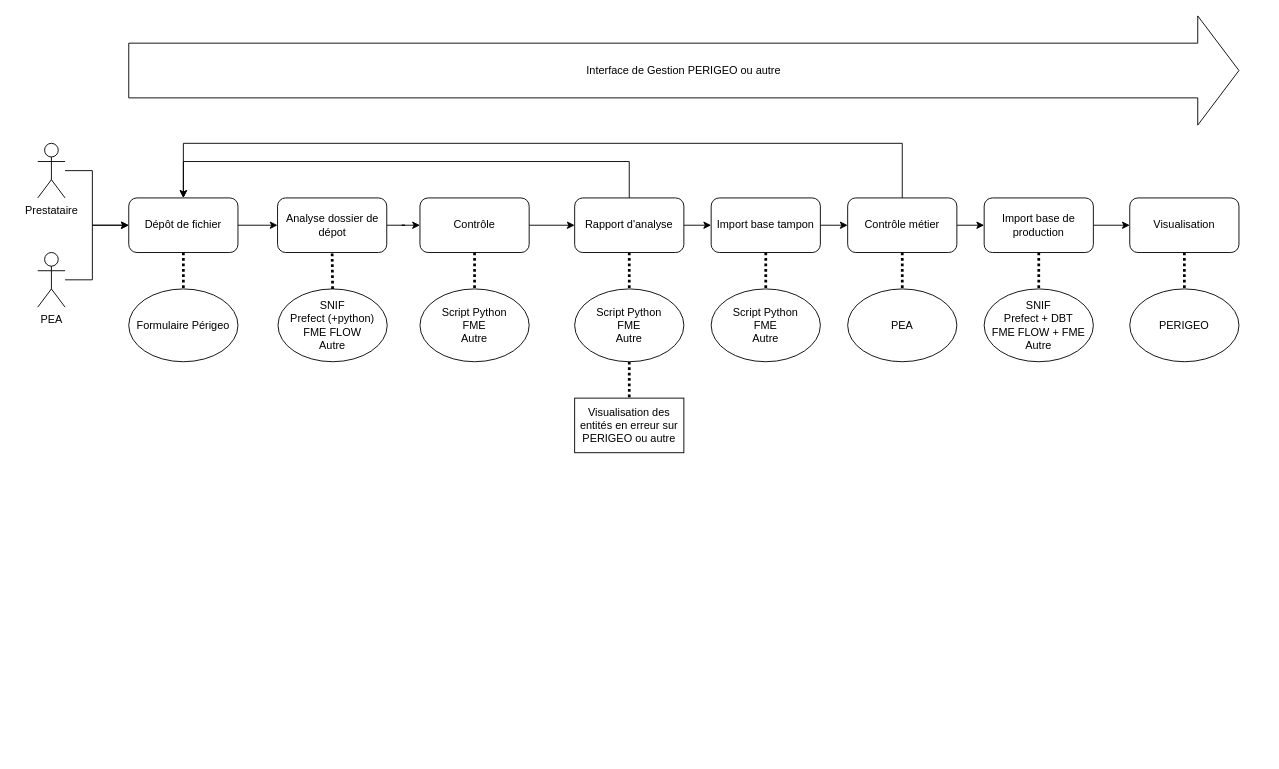
This is outil_contrôle.drawio from eprouteau/perigeo, a draw.io file, before an edit. Source tidied: cells renumbered, new cells numbered last; positions are measured from the earlier drawing's top-left corner, leaving out a move shared by most shapes. Both pictures are drawn from the tidied source at 91%, with x=0, y=0 at pixel (37, 15).
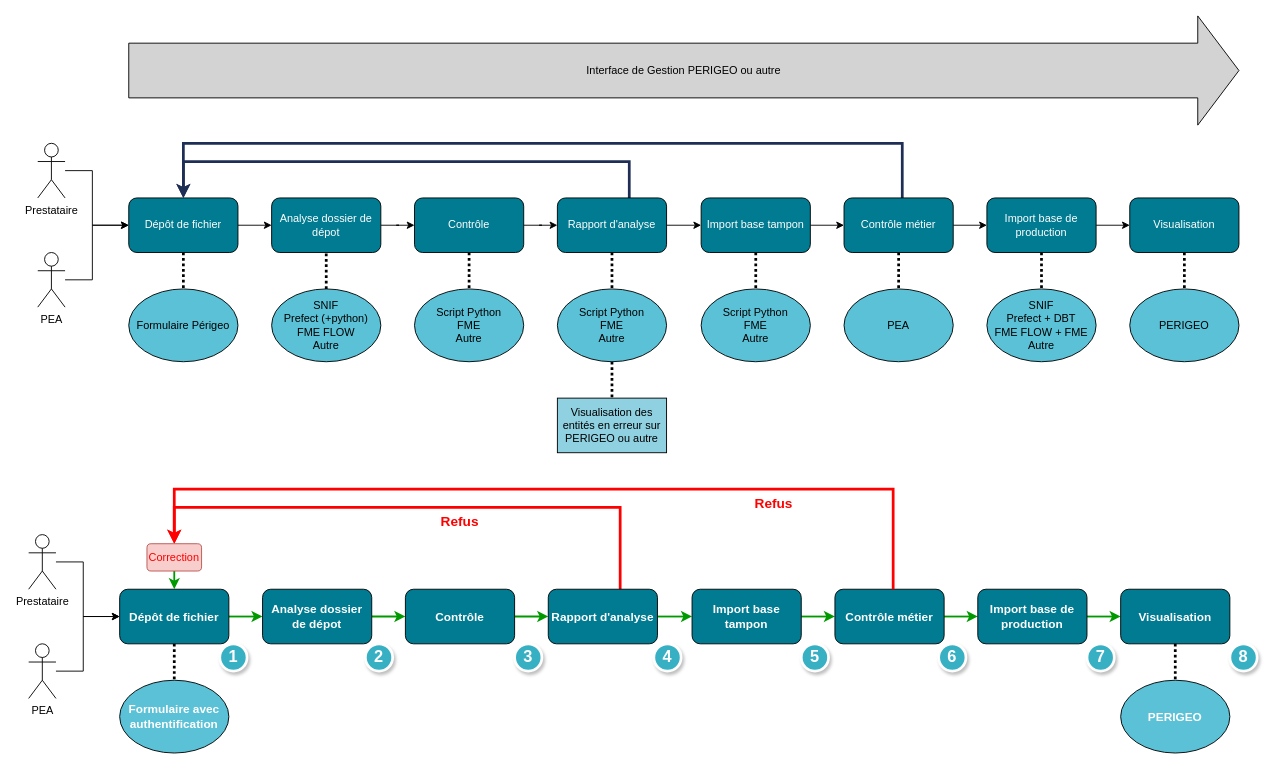
Above is the later version.

Commit message:
Mettre à jour outil_contrôle.drawio

Change to the diagram source:
```diff
@@
-    <mxCell id="4" value="Dépôt de fichier" style="rounded=1;whiteSpace=wrap;html=1;" parent="1" vertex="1">
+    <mxCell id="4" value="Dépôt de fichier" style="rounded=1;whiteSpace=wrap;html=1;fillColor=#017B91;fontColor=#FFFFFF;" parent="1" vertex="1">
       <mxGeometry x="100" y="200" width="120" height="60" as="geometry" />
     </mxCell>
@@
-    <mxCell id="6" value="Analyse dossier de dépot" style="rounded=1;whiteSpace=wrap;html=1;" parent="1" vertex="1">
-      <mxGeometry x="263.5" y="200" width="120" height="60" as="geometry" />
+    <mxCell id="6" value="Analyse dossier de dépot" style="rounded=1;whiteSpace=wrap;html=1;fillColor=#017B91;fontColor=#FFFFFF;" parent="1" vertex="1">
+      <mxGeometry x="257" y="200" width="120" height="60" as="geometry" />
     </mxCell>
@@
-    <mxCell id="9" value="Contrôle" style="rounded=1;whiteSpace=wrap;html=1;" parent="1" vertex="1">
-      <mxGeometry x="420" y="200" width="120" height="60" as="geometry" />
+    <mxCell id="9" value="Contrôle" style="rounded=1;whiteSpace=wrap;html=1;fillColor=#017B91;fontColor=#FFFFFF;" parent="1" vertex="1">
+      <mxGeometry x="414" y="200" width="120" height="60" as="geometry" />
     </mxCell>
@@
-    <mxCell id="12" style="edgeStyle=orthogonalEdgeStyle;rounded=0;jettySize=auto;html=1;entryX=0.5;entryY=0;entryDx=0;entryDy=0;" parent="1" edge="1" source="13" target="4">
+    <mxCell id="12" style="edgeStyle=orthogonalEdgeStyle;rounded=0;jettySize=auto;html=1;entryX=0.5;entryY=0;entryDx=0;entryDy=0;strokeColor=#1F2E54;strokeWidth=3;" parent="1" edge="1" source="13" target="4">
       <mxGeometry relative="1" as="geometry">
         <Array as="points">
           <mxPoint x="650" y="160" />
           <mxPoint x="160" y="160" />
         </Array>
       </mxGeometry>
     </mxCell>
-    <mxCell id="13" value="Rapport d'analyse" style="rounded=1;whiteSpace=wrap;html=1;" parent="1" vertex="1">
-      <mxGeometry x="590" y="200" width="120" height="60" as="geometry" />
+    <mxCell id="13" value="Rapport d'analyse" style="rounded=1;whiteSpace=wrap;html=1;fillColor=#017B91;fontColor=#FFFFFF;" parent="1" vertex="1">
+      <mxGeometry x="571" y="200" width="120" height="60" as="geometry" />
     </mxCell>
@@
-    <mxCell id="16" value="Import base tampon" style="rounded=1;whiteSpace=wrap;html=1;" parent="1" vertex="1">
-      <mxGeometry x="740" y="200" width="120" height="60" as="geometry" />
+    <mxCell id="16" value="Import base tampon" style="rounded=1;whiteSpace=wrap;html=1;fillColor=#017B91;fontColor=#FFFFFF;" parent="1" vertex="1">
+      <mxGeometry x="729" y="200" width="120" height="60" as="geometry" />
     </mxCell>
@@
-    <mxCell id="19" style="edgeStyle=orthogonalEdgeStyle;rounded=0;jettySize=auto;html=1;entryX=0.5;entryY=0;entryDx=0;entryDy=0;" parent="1" edge="1" source="20" target="4">
+    <mxCell id="19" style="edgeStyle=orthogonalEdgeStyle;rounded=0;jettySize=auto;html=1;entryX=0.5;entryY=0;entryDx=0;entryDy=0;strokeColor=#1F2E54;strokeWidth=3;" parent="1" edge="1" source="20" target="4">
       <mxGeometry relative="1" as="geometry">
         <Array as="points">
           <mxPoint x="950" y="140" />
           <mxPoint x="160" y="140" />
         </Array>
       </mxGeometry>
     </mxCell>
-    <mxCell id="20" value="Contrôle métier" style="rounded=1;whiteSpace=wrap;html=1;" parent="1" vertex="1">
-      <mxGeometry x="890" y="200" width="120" height="60" as="geometry" />
+    <mxCell id="20" value="Contrôle métier" style="rounded=1;whiteSpace=wrap;html=1;fillColor=#017B91;fontColor=#FFFFFF;" parent="1" vertex="1">
+      <mxGeometry x="886" y="200" width="120" height="60" as="geometry" />
     </mxCell>
@@
-    <mxCell id="23" value="Import base de production" style="rounded=1;whiteSpace=wrap;html=1;" parent="1" vertex="1">
-      <mxGeometry x="1040" y="200" width="120" height="60" as="geometry" />
+    <mxCell id="23" value="Import base de production" style="rounded=1;whiteSpace=wrap;html=1;fillColor=#017B91;fontColor=#FFFFFF;" parent="1" vertex="1">
+      <mxGeometry x="1043" y="200" width="120" height="60" as="geometry" />
     </mxCell>
@@
-    <mxCell id="28" value="Formulaire Périgeo" style="ellipse;whiteSpace=wrap;html=1;" parent="1" vertex="1">
+    <mxCell id="28" value="Formulaire Périgeo" style="ellipse;whiteSpace=wrap;html=1;fillColor=#5BC1D6;" parent="1" vertex="1">
       <mxGeometry x="100" y="300" width="120" height="80" as="geometry" />
     </mxCell>
-    <mxCell id="29" value="&lt;div&gt;SNIF&lt;/div&gt;Prefect (+python)&lt;div&gt;FME FLOW&lt;/div&gt;&lt;div&gt;Autre&lt;/div&gt;" style="ellipse;whiteSpace=wrap;html=1;" parent="1" vertex="1">
-      <mxGeometry x="264" y="300" width="120" height="80" as="geometry" />
+    <mxCell id="29" value="&lt;div&gt;SNIF&lt;/div&gt;Prefect (+python)&lt;div&gt;FME FLOW&lt;/div&gt;&lt;div&gt;Autre&lt;/div&gt;" style="ellipse;whiteSpace=wrap;html=1;fillColor=#5BC1D6;" parent="1" vertex="1">
+      <mxGeometry x="257" y="300" width="120" height="80" as="geometry" />
     </mxCell>
-    <mxCell id="30" value="Script Python&lt;div&gt;FME&lt;/div&gt;&lt;div&gt;Autre&lt;/div&gt;" style="ellipse;whiteSpace=wrap;html=1;" parent="1" vertex="1">
-      <mxGeometry x="420" y="300" width="120" height="80" as="geometry" />
+    <mxCell id="30" value="Script Python&lt;div&gt;FME&lt;/div&gt;&lt;div&gt;Autre&lt;/div&gt;" style="ellipse;whiteSpace=wrap;html=1;fillColor=#5BC1D6;" parent="1" vertex="1">
+      <mxGeometry x="414" y="300" width="120" height="80" as="geometry" />
     </mxCell>
@@
-    <mxCell id="32" value="Script Python&lt;div&gt;FME&lt;/div&gt;&lt;div&gt;Autre&lt;/div&gt;" style="ellipse;whiteSpace=wrap;html=1;" parent="1" vertex="1">
-      <mxGeometry x="590" y="300" width="120" height="80" as="geometry" />
+    <mxCell id="32" value="Script Python&lt;div&gt;FME&lt;/div&gt;&lt;div&gt;Autre&lt;/div&gt;" style="ellipse;whiteSpace=wrap;html=1;fillColor=#5BC1D6;" parent="1" vertex="1">
+      <mxGeometry x="571" y="300" width="120" height="80" as="geometry" />
     </mxCell>
-    <mxCell id="33" value="Script Python&lt;div&gt;FME&lt;/div&gt;&lt;div&gt;Autre&lt;/div&gt;" style="ellipse;whiteSpace=wrap;html=1;" parent="1" vertex="1">
-      <mxGeometry x="740" y="300" width="120" height="80" as="geometry" />
+    <mxCell id="33" value="Script Python&lt;div&gt;FME&lt;/div&gt;&lt;div&gt;Autre&lt;/div&gt;" style="ellipse;whiteSpace=wrap;html=1;fillColor=#5BC1D6;" parent="1" vertex="1">
+      <mxGeometry x="729" y="300" width="120" height="80" as="geometry" />
     </mxCell>
-    <mxCell id="34" value="PEA" style="ellipse;whiteSpace=wrap;html=1;" parent="1" vertex="1">
-      <mxGeometry x="890" y="300" width="120" height="80" as="geometry" />
+    <mxCell id="34" value="PEA" style="ellipse;whiteSpace=wrap;html=1;fillColor=#5BC1D6;" parent="1" vertex="1">
+      <mxGeometry x="886" y="300" width="120" height="80" as="geometry" />
     </mxCell>
-    <mxCell id="35" value="&lt;div&gt;SNIF&lt;/div&gt;Prefect + DBT&lt;div&gt;FME FLOW + FME&lt;/div&gt;&lt;div&gt;Autre&lt;/div&gt;" style="ellipse;whiteSpace=wrap;html=1;" parent="1" vertex="1">
-      <mxGeometry x="1040" y="300" width="120" height="80" as="geometry" />
+    <mxCell id="35" value="&lt;div&gt;SNIF&lt;/div&gt;Prefect + DBT&lt;div&gt;FME FLOW + FME&lt;/div&gt;&lt;div&gt;Autre&lt;/div&gt;" style="ellipse;whiteSpace=wrap;html=1;fillColor=#5BC1D6;" parent="1" vertex="1">
+      <mxGeometry x="1043" y="300" width="120" height="80" as="geometry" />
     </mxCell>
-    <mxCell id="36" value="Interface de Gestion PERIGEO ou autre" style="shape=singleArrow;whiteSpace=wrap;html=1;arrowWidth=0.5009803921568612;arrowSize=0.03712632594021212;" parent="1" vertex="1">
+    <mxCell id="36" value="Interface de Gestion PERIGEO ou autre" style="shape=singleArrow;whiteSpace=wrap;html=1;arrowWidth=0.5009803921568612;arrowSize=0.03712632594021212;fillColor=#D3D3D3;" parent="1" vertex="1">
       <mxGeometry x="100" width="1220" height="120" as="geometry" />
     </mxCell>
@@
-    <mxCell id="39" value="Visualisation" style="rounded=1;whiteSpace=wrap;html=1;" parent="1" vertex="1">
+    <mxCell id="39" value="Visualisation" style="rounded=1;whiteSpace=wrap;html=1;fillColor=#017B91;fontColor=#FFFFFF;" parent="1" vertex="1">
       <mxGeometry x="1200" y="200" width="120" height="60" as="geometry" />
     </mxCell>
-    <mxCell id="40" value="Visualisation des entités en erreur sur PERIGEO ou autre" style="rounded=0;whiteSpace=wrap;html=1;" parent="1" vertex="1">
-      <mxGeometry x="590" y="420" width="120" height="60" as="geometry" />
+    <mxCell id="40" value="Visualisation des entités en erreur sur PERIGEO ou autre" style="rounded=0;whiteSpace=wrap;html=1;fillColor=#8FD1E1;" parent="1" vertex="1">
+      <mxGeometry x="571" y="420" width="120" height="60" as="geometry" />
     </mxCell>
-    <mxCell id="41" value="&lt;div&gt;PERIGEO&lt;/div&gt;" style="ellipse;whiteSpace=wrap;html=1;" parent="1" vertex="1">
+    <mxCell id="41" value="&lt;div&gt;PERIGEO&lt;/div&gt;" style="ellipse;whiteSpace=wrap;html=1;fillColor=#5BC1D6;" parent="1" vertex="1">
       <mxGeometry x="1200" y="300" width="120" height="80" as="geometry" />
     </mxCell>
+    <mxCell id="42" style="edgeStyle=orthogonalEdgeStyle;rounded=0;jettySize=auto;html=1;exitX=1;exitY=0.5;exitDx=0;exitDy=0;entryX=0;entryY=0.5;entryDx=0;entryDy=0;strokeWidth=2;strokeColor=#009900;" parent="1" edge="1" source="44" target="46">
+      <mxGeometry relative="1" as="geometry" />
+    </mxCell>
+    <mxCell id="43" style="edgeStyle=orthogonalEdgeStyle;rounded=0;jettySize=auto;html=1;entryX=0.5;entryY=0;entryDx=0;entryDy=0;strokeColor=default;endArrow=none;startFill=0;strokeWidth=3;dashed=1;dashPattern=1 1;" parent="1" edge="1" source="44" target="62">
+      <mxGeometry relative="1" as="geometry" />
+    </mxCell>
+    <mxCell id="44" value="Dépôt de fichier" style="rounded=1;whiteSpace=wrap;html=1;fillColor=#017B91;fontColor=#FFFFFF;fontStyle=1;fontSize=13;" parent="1" vertex="1">
+      <mxGeometry x="90" y="630" width="120" height="60" as="geometry" />
+    </mxCell>
+    <mxCell id="45" style="edgeStyle=orthogonalEdgeStyle;rounded=0;jettySize=auto;html=1;entryX=0;entryY=0.5;entryDx=0;entryDy=0;strokeWidth=2;strokeColor=#009900;" parent="1" edge="1" source="46" target="48">
+      <mxGeometry relative="1" as="geometry" />
+    </mxCell>
+    <mxCell id="46" value="Analyse dossier de dépot" style="rounded=1;whiteSpace=wrap;html=1;fillColor=#017B91;fontColor=#FFFFFF;fontStyle=1;fontSize=13;" parent="1" vertex="1">
+      <mxGeometry x="247" y="630" width="120" height="60" as="geometry" />
+    </mxCell>
+    <mxCell id="47" style="edgeStyle=orthogonalEdgeStyle;rounded=0;jettySize=auto;html=1;entryX=0;entryY=0.5;entryDx=0;entryDy=0;strokeWidth=2;strokeColor=#009900;" parent="1" edge="1" source="48" target="51">
+      <mxGeometry relative="1" as="geometry" />
+    </mxCell>
+    <mxCell id="48" value="Contrôle" style="rounded=1;whiteSpace=wrap;html=1;fillColor=#017B91;fontColor=#FFFFFF;fontStyle=1;fontSize=13;" parent="1" vertex="1">
+      <mxGeometry x="404" y="630" width="120" height="60" as="geometry" />
+    </mxCell>
+    <mxCell id="49" style="edgeStyle=orthogonalEdgeStyle;rounded=0;jettySize=auto;html=1;exitX=1;exitY=0.5;exitDx=0;exitDy=0;entryX=0;entryY=0.5;entryDx=0;entryDy=0;strokeWidth=2;strokeColor=#009900;" parent="1" edge="1" source="51" target="53">
+      <mxGeometry relative="1" as="geometry" />
+    </mxCell>
+    <mxCell id="50" style="edgeStyle=orthogonalEdgeStyle;rounded=0;jettySize=auto;html=1;strokeColor=#FF0000;strokeWidth=3;entryX=0.5;entryY=0;entryDx=0;entryDy=0;" parent="1" edge="1" source="51" target="78">
+      <mxGeometry relative="1" as="geometry">
+        <Array as="points">
+          <mxPoint x="640" y="540" />
+          <mxPoint x="150" y="540" />
+        </Array>
+      </mxGeometry>
+    </mxCell>
+    <mxCell id="51" value="Rapport d'analyse" style="rounded=1;whiteSpace=wrap;html=1;fillColor=#017B91;fontColor=#FFFFFF;fontStyle=1;fontSize=13;" parent="1" vertex="1">
+      <mxGeometry x="561" y="630" width="120" height="60" as="geometry" />
+    </mxCell>
+    <mxCell id="52" style="edgeStyle=orthogonalEdgeStyle;rounded=0;jettySize=auto;html=1;exitX=1;exitY=0.5;exitDx=0;exitDy=0;entryX=0;entryY=0.5;entryDx=0;entryDy=0;strokeWidth=2;strokeColor=#009900;" parent="1" edge="1" source="53" target="55">
+      <mxGeometry relative="1" as="geometry" />
+    </mxCell>
+    <mxCell id="53" value="Import base tampon" style="rounded=1;whiteSpace=wrap;html=1;fillColor=#017B91;fontColor=#FFFFFF;fontStyle=1;fontSize=13;" parent="1" vertex="1">
+      <mxGeometry x="719" y="630" width="120" height="60" as="geometry" />
+    </mxCell>
+    <mxCell id="54" style="edgeStyle=orthogonalEdgeStyle;rounded=0;jettySize=auto;html=1;exitX=1;exitY=0.5;exitDx=0;exitDy=0;entryX=0;entryY=0.5;entryDx=0;entryDy=0;strokeWidth=2;strokeColor=#009900;" parent="1" edge="1" source="55" target="57">
+      <mxGeometry relative="1" as="geometry" />
+    </mxCell>
+    <mxCell id="55" value="Contrôle métier" style="rounded=1;whiteSpace=wrap;html=1;fillColor=#017B91;fontColor=#FFFFFF;fontStyle=1;fontSize=13;" parent="1" vertex="1">
+      <mxGeometry x="876" y="630" width="120" height="60" as="geometry" />
+    </mxCell>
+    <mxCell id="56" style="edgeStyle=orthogonalEdgeStyle;rounded=0;jettySize=auto;html=1;exitX=1;exitY=0.5;exitDx=0;exitDy=0;entryX=0;entryY=0.5;entryDx=0;entryDy=0;strokeColor=#009900;strokeWidth=2;align=center;verticalAlign=middle;fontFamily=Helvetica;fontSize=11;fontColor=default;labelBackgroundColor=default;endArrow=classic;" parent="1" edge="1" source="57" target="63">
+      <mxGeometry relative="1" as="geometry" />
+    </mxCell>
+    <mxCell id="57" value="Import base de production" style="rounded=1;whiteSpace=wrap;html=1;fillColor=#017B91;fontColor=#FFFFFF;fontStyle=1;fontSize=13;" parent="1" vertex="1">
+      <mxGeometry x="1033" y="630" width="120" height="60" as="geometry" />
+    </mxCell>
+    <mxCell id="58" style="edgeStyle=orthogonalEdgeStyle;rounded=0;jettySize=auto;html=1;" parent="1" edge="1" source="59">
+      <mxGeometry relative="1" as="geometry">
+        <mxPoint x="90" y="660" as="targetPoint" />
+        <Array as="points">
+          <mxPoint x="50" y="600" />
+          <mxPoint x="50" y="660" />
+        </Array>
+      </mxGeometry>
+    </mxCell>
+    <mxCell id="59" value="Prestataire" style="shape=umlActor;verticalLabelPosition=bottom;verticalAlign=top;html=1;outlineConnect=0;" parent="1" vertex="1">
+      <mxGeometry x="-10" y="570" width="30" height="60" as="geometry" />
+    </mxCell>
+    <mxCell id="60" style="edgeStyle=orthogonalEdgeStyle;rounded=0;jettySize=auto;html=1;entryX=0;entryY=0.5;entryDx=0;entryDy=0;" parent="1" edge="1" source="61" target="44">
+      <mxGeometry relative="1" as="geometry">
+        <Array as="points">
+          <mxPoint x="50" y="720" />
+          <mxPoint x="50" y="660" />
+        </Array>
+      </mxGeometry>
+    </mxCell>
+    <mxCell id="61" value="PEA" style="shape=umlActor;verticalLabelPosition=bottom;verticalAlign=top;html=1;outlineConnect=0;" parent="1" vertex="1">
+      <mxGeometry x="-10" y="690" width="30" height="60" as="geometry" />
+    </mxCell>
+    <mxCell id="62" value="Formulaire avec authentification" style="ellipse;whiteSpace=wrap;html=1;fillColor=#5BC1D6;fontColor=#FFFFFF;fontSize=13;fontStyle=1;" parent="1" vertex="1">
+      <mxGeometry x="90" y="730" width="120" height="80" as="geometry" />
+    </mxCell>
+    <mxCell id="63" value="Visualisation" style="rounded=1;whiteSpace=wrap;html=1;fillColor=#017B91;fontColor=#FFFFFF;fontStyle=1;fontSize=13;" parent="1" vertex="1">
+      <mxGeometry x="1190" y="630" width="120" height="60" as="geometry" />
+    </mxCell>
+    <mxCell id="64" style="edgeStyle=orthogonalEdgeStyle;rounded=0;jettySize=auto;html=1;exitX=0.5;exitY=1;exitDx=0;exitDy=0;dashed=1;dashPattern=1 1;strokeColor=default;strokeWidth=3;align=center;verticalAlign=middle;fontFamily=Helvetica;fontSize=11;fontColor=default;labelBackgroundColor=default;startFill=0;endArrow=none;" parent="1" edge="1" source="63" target="65">
+      <mxGeometry relative="1" as="geometry" />
+    </mxCell>
+    <mxCell id="65" value="&lt;div&gt;PERIGEO&lt;/div&gt;" style="ellipse;whiteSpace=wrap;html=1;fillColor=#5BC1D6;fontColor=#FFFFFF;fontSize=13;fontStyle=1;" parent="1" vertex="1">
+      <mxGeometry x="1190" y="730" width="120" height="80" as="geometry" />
+    </mxCell>
+    <mxCell id="66" value="1" style="ellipse;whiteSpace=wrap;html=1;strokeWidth=3;shadow=1;fillColor=#37B0C4;strokeColor=#FFFFFF;fontColor=#FFFFFF;fontSize=18;fontStyle=1;" parent="1" vertex="1">
+      <mxGeometry x="200" y="690" width="30" height="30" as="geometry" />
+    </mxCell>
+    <mxCell id="67" value="2" style="ellipse;whiteSpace=wrap;html=1;strokeWidth=3;shadow=1;fillColor=#37B0C4;strokeColor=#FFFFFF;fontColor=#FFFFFF;fontSize=18;fontStyle=1;" parent="1" vertex="1">
+      <mxGeometry x="360" y="690" width="30" height="30" as="geometry" />
+    </mxCell>
+    <mxCell id="68" value="3" style="ellipse;whiteSpace=wrap;html=1;strokeWidth=3;shadow=1;fillColor=#37B0C4;strokeColor=#FFFFFF;fontColor=#FFFFFF;fontSize=18;fontStyle=1;" parent="1" vertex="1">
+      <mxGeometry x="524" y="690" width="30" height="30" as="geometry" />
+    </mxCell>
+    <mxCell id="69" value="4" style="ellipse;whiteSpace=wrap;html=1;strokeWidth=3;shadow=1;fillColor=#37B0C4;strokeColor=#FFFFFF;fontColor=#FFFFFF;fontSize=18;fontStyle=1;" parent="1" vertex="1">
+      <mxGeometry x="677" y="690" width="30" height="30" as="geometry" />
+    </mxCell>
+    <mxCell id="70" value="5" style="ellipse;whiteSpace=wrap;html=1;strokeWidth=3;shadow=1;fillColor=#37B0C4;strokeColor=#FFFFFF;fontColor=#FFFFFF;fontSize=18;fontStyle=1;" parent="1" vertex="1">
+      <mxGeometry x="839" y="690" width="30" height="30" as="geometry" />
+    </mxCell>
+    <mxCell id="71" value="6" style="ellipse;whiteSpace=wrap;html=1;strokeWidth=3;shadow=1;fillColor=#37B0C4;strokeColor=#FFFFFF;fontColor=#FFFFFF;fontSize=18;fontStyle=1;" parent="1" vertex="1">
+      <mxGeometry x="990" y="690" width="30" height="30" as="geometry" />
+    </mxCell>
+    <mxCell id="72" value="7" style="ellipse;whiteSpace=wrap;html=1;strokeWidth=3;shadow=1;fillColor=#37B0C4;strokeColor=#FFFFFF;fontColor=#FFFFFF;fontSize=18;fontStyle=1;" parent="1" vertex="1">
+      <mxGeometry x="1153" y="690" width="30" height="30" as="geometry" />
+    </mxCell>
+    <mxCell id="73" value="8" style="ellipse;whiteSpace=wrap;html=1;strokeWidth=3;shadow=1;fillColor=#37B0C4;strokeColor=#FFFFFF;fontColor=#FFFFFF;fontSize=18;fontStyle=1;" parent="1" vertex="1">
+      <mxGeometry x="1310" y="690" width="30" height="30" as="geometry" />
+    </mxCell>
+    <mxCell id="74" value="&lt;b&gt;&lt;font style=&quot;font-size: 15px; color: rgb(255, 0, 0);&quot;&gt;Refus&lt;/font&gt;&lt;/b&gt;" style="text;html=1;align=center;verticalAlign=middle;whiteSpace=wrap;rounded=0;" parent="1" vertex="1">
+      <mxGeometry x="779" y="520" width="60" height="30" as="geometry" />
+    </mxCell>
+    <mxCell id="75" value="&lt;b&gt;&lt;font style=&quot;font-size: 15px; color: rgb(255, 0, 0);&quot;&gt;Refus&lt;/font&gt;&lt;/b&gt;" style="text;html=1;align=center;verticalAlign=middle;whiteSpace=wrap;rounded=0;" parent="1" vertex="1">
+      <mxGeometry x="434" y="540" width="60" height="30" as="geometry" />
+    </mxCell>
+    <mxCell id="76" style="edgeStyle=orthogonalEdgeStyle;rounded=0;jettySize=auto;html=1;entryX=0.5;entryY=0;entryDx=0;entryDy=0;strokeColor=#FF0000;strokeWidth=3;" parent="1" edge="1" source="55" target="78">
+      <mxGeometry relative="1" as="geometry">
+        <Array as="points">
+          <mxPoint x="940" y="520" />
+          <mxPoint x="150" y="520" />
+        </Array>
+      </mxGeometry>
+    </mxCell>
+    <mxCell id="77" style="edgeStyle=orthogonalEdgeStyle;rounded=0;jettySize=auto;html=1;exitX=0.5;exitY=1;exitDx=0;exitDy=0;entryX=0.5;entryY=0;entryDx=0;entryDy=0;strokeColor=#009900;strokeWidth=2;align=center;verticalAlign=middle;fontFamily=Helvetica;fontSize=11;fontColor=default;labelBackgroundColor=default;endArrow=classic;" parent="1" edge="1" source="78" target="44">
+      <mxGeometry relative="1" as="geometry" />
+    </mxCell>
+    <mxCell id="78" value="Correction" style="rounded=1;whiteSpace=wrap;html=1;strokeColor=#b85450;align=center;verticalAlign=middle;fontFamily=Helvetica;fontSize=12;fillColor=#f8cecc;fontColor=#FF0000;" parent="1" vertex="1">
+      <mxGeometry x="120" y="580" width="60" height="30" as="geometry" />
+    </mxCell>
```
